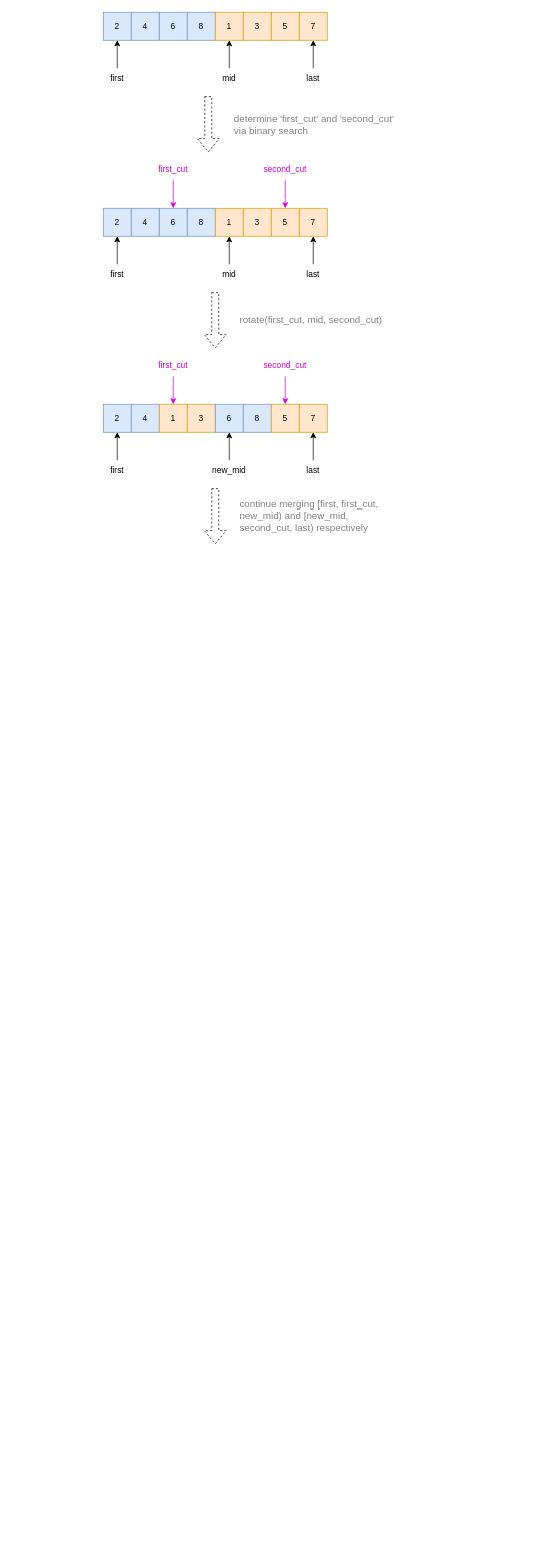
ZiqingYip/moment keeps this draw.io diagram as inplace_merge.drawio. Above is the earlier version. Source tidied: cells renumbered, new cells numbered last; positions are measured from the earlier drawing's top-left corner, leaving out a move shared by most shapes. Both pictures are drawn from the tidied source at 70%, with x=0, y=0 at pixel (96, 12).
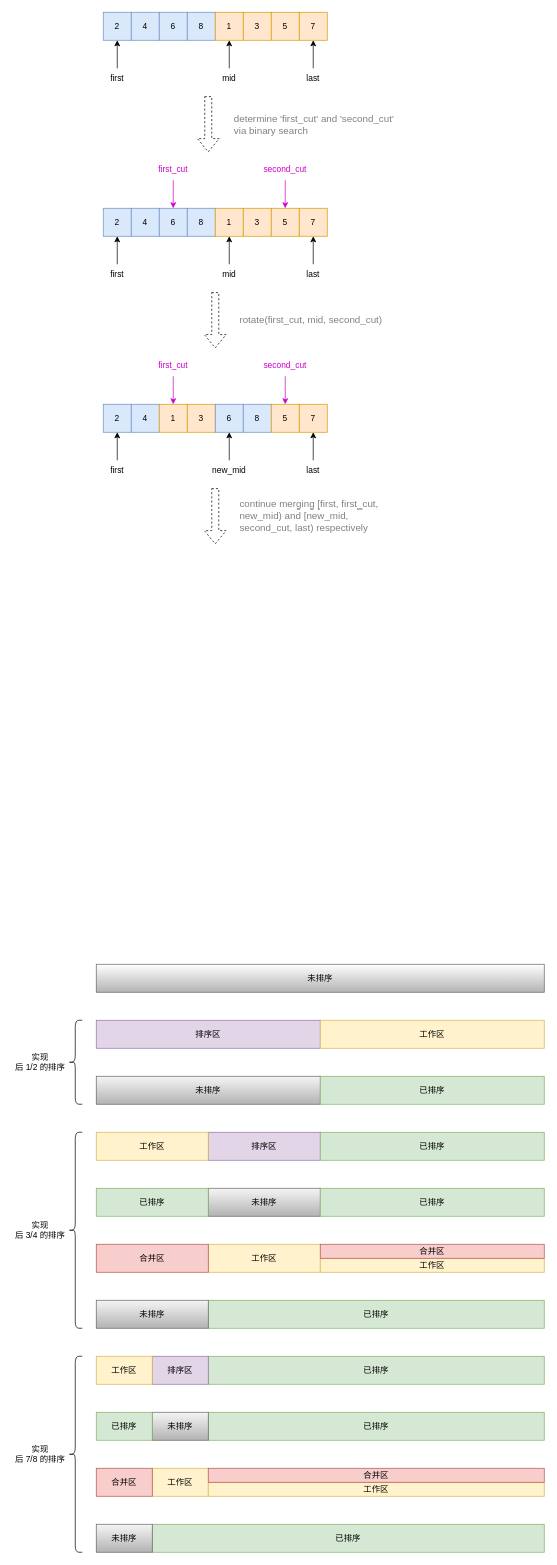
Above is the later version.

Diff of the diagram source:
```diff
@@
+    <mxCell id="58" value="未排序" style="rounded=0;whiteSpace=wrap;html=1;fillStyle=cross-hatch;fillColor=default;strokeColor=#666666;gradientColor=#b3b3b3;" parent="1" vertex="1">
+      <mxGeometry y="1360" width="640" height="40" as="geometry" />
+    </mxCell>
+    <mxCell id="59" value="排序区" style="rounded=0;whiteSpace=wrap;html=1;fillColor=#e1d5e7;strokeColor=#9673a6;" parent="1" vertex="1">
+      <mxGeometry y="1440" width="320" height="40" as="geometry" />
+    </mxCell>
+    <mxCell id="60" value="工作区" style="rounded=0;whiteSpace=wrap;html=1;fillColor=#fff2cc;strokeColor=#d6b656;" parent="1" vertex="1">
+      <mxGeometry x="320" y="1440" width="320" height="40" as="geometry" />
+    </mxCell>
+    <mxCell id="61" value="未排序" style="rounded=0;whiteSpace=wrap;html=1;fillColor=#f5f5f5;gradientColor=#b3b3b3;strokeColor=#666666;" parent="1" vertex="1">
+      <mxGeometry y="1520" width="320" height="40" as="geometry" />
+    </mxCell>
+    <mxCell id="62" value="已排序" style="rounded=0;whiteSpace=wrap;html=1;fillColor=#d5e8d4;strokeColor=#82b366;" parent="1" vertex="1">
+      <mxGeometry x="320" y="1520" width="320" height="40" as="geometry" />
+    </mxCell>
+    <mxCell id="63" value="排序区" style="rounded=0;whiteSpace=wrap;html=1;fillColor=#e1d5e7;strokeColor=#9673a6;" parent="1" vertex="1">
+      <mxGeometry x="160" y="1600" width="160" height="40" as="geometry" />
+    </mxCell>
+    <mxCell id="64" value="已排序" style="rounded=0;whiteSpace=wrap;html=1;fillColor=#d5e8d4;strokeColor=#82b366;" parent="1" vertex="1">
+      <mxGeometry x="320" y="1600" width="320" height="40" as="geometry" />
+    </mxCell>
+    <mxCell id="65" value="工作区" style="rounded=0;whiteSpace=wrap;html=1;fillColor=#fff2cc;strokeColor=#d6b656;" parent="1" vertex="1">
+      <mxGeometry y="1600" width="160" height="40" as="geometry" />
+    </mxCell>
+    <mxCell id="66" value="未排序" style="rounded=0;whiteSpace=wrap;html=1;fillColor=#f5f5f5;gradientColor=#b3b3b3;strokeColor=#666666;" parent="1" vertex="1">
+      <mxGeometry x="160" y="1680" width="160" height="40" as="geometry" />
+    </mxCell>
+    <mxCell id="67" value="已排序" style="rounded=0;whiteSpace=wrap;html=1;fillColor=#d5e8d4;strokeColor=#82b366;" parent="1" vertex="1">
+      <mxGeometry x="320" y="1680" width="320" height="40" as="geometry" />
+    </mxCell>
+    <mxCell id="68" value="已排序" style="rounded=0;whiteSpace=wrap;html=1;fillColor=#d5e8d4;strokeColor=#82b366;" parent="1" vertex="1">
+      <mxGeometry y="1680" width="160" height="40" as="geometry" />
+    </mxCell>
+    <mxCell id="69" value="已排序" style="rounded=0;whiteSpace=wrap;html=1;fillColor=#d5e8d4;strokeColor=#82b366;" parent="1" vertex="1">
+      <mxGeometry x="160" y="1840" width="480" height="40" as="geometry" />
+    </mxCell>
+    <mxCell id="70" value="未排序" style="rounded=0;whiteSpace=wrap;html=1;fillColor=#f5f5f5;gradientColor=#b3b3b3;strokeColor=#666666;" parent="1" vertex="1">
+      <mxGeometry y="1840" width="160" height="40" as="geometry" />
+    </mxCell>
+    <mxCell id="71" value="工作区" style="rounded=0;whiteSpace=wrap;html=1;fillColor=#fff2cc;strokeColor=#d6b656;" parent="1" vertex="1">
+      <mxGeometry x="160" y="1760" width="160" height="40" as="geometry" />
+    </mxCell>
+    <mxCell id="72" value="合并区" style="rounded=0;whiteSpace=wrap;html=1;fillColor=#f8cecc;strokeColor=#b85450;" parent="1" vertex="1">
+      <mxGeometry y="1760" width="160" height="40" as="geometry" />
+    </mxCell>
+    <mxCell id="73" value="已排序" style="rounded=0;whiteSpace=wrap;html=1;fillColor=#d5e8d4;strokeColor=#82b366;" parent="1" vertex="1">
+      <mxGeometry x="160" y="1920" width="480" height="40" as="geometry" />
+    </mxCell>
+    <mxCell id="74" value="排序区" style="rounded=0;whiteSpace=wrap;html=1;fillColor=#e1d5e7;strokeColor=#9673a6;" parent="1" vertex="1">
+      <mxGeometry x="80" y="1920" width="80" height="40" as="geometry" />
+    </mxCell>
+    <mxCell id="75" value="工作区" style="rounded=0;whiteSpace=wrap;html=1;fillColor=#fff2cc;strokeColor=#d6b656;" parent="1" vertex="1">
+      <mxGeometry y="1920" width="80" height="40" as="geometry" />
+    </mxCell>
+    <mxCell id="76" value="已排序" style="rounded=0;whiteSpace=wrap;html=1;fillColor=#d5e8d4;strokeColor=#82b366;" parent="1" vertex="1">
+      <mxGeometry x="160" y="2000" width="480" height="40" as="geometry" />
+    </mxCell>
+    <mxCell id="77" value="未排序" style="rounded=0;whiteSpace=wrap;html=1;fillColor=#f5f5f5;gradientColor=#b3b3b3;strokeColor=#666666;" parent="1" vertex="1">
+      <mxGeometry x="80" y="2000" width="80" height="40" as="geometry" />
+    </mxCell>
+    <mxCell id="78" value="已排序" style="rounded=0;whiteSpace=wrap;html=1;fillColor=#d5e8d4;strokeColor=#82b366;" parent="1" vertex="1">
+      <mxGeometry y="2000" width="80" height="40" as="geometry" />
+    </mxCell>
+    <mxCell id="79" value="工作区" style="rounded=0;whiteSpace=wrap;html=1;fillColor=#fff2cc;strokeColor=#d6b656;" parent="1" vertex="1">
+      <mxGeometry x="80" y="2080" width="80" height="40" as="geometry" />
+    </mxCell>
+    <mxCell id="80" value="合并区" style="rounded=0;whiteSpace=wrap;html=1;fillColor=#f8cecc;strokeColor=#b85450;" parent="1" vertex="1">
+      <mxGeometry y="2080" width="80" height="40" as="geometry" />
+    </mxCell>
+    <mxCell id="81" value="已排序" style="rounded=0;whiteSpace=wrap;html=1;fillColor=#d5e8d4;strokeColor=#82b366;" parent="1" vertex="1">
+      <mxGeometry x="80" y="2160" width="560" height="40" as="geometry" />
+    </mxCell>
+    <mxCell id="82" value="未排序" style="rounded=0;whiteSpace=wrap;html=1;fillColor=#f5f5f5;gradientColor=#b3b3b3;strokeColor=#666666;" parent="1" vertex="1">
+      <mxGeometry y="2160" width="80" height="40" as="geometry" />
+    </mxCell>
+    <mxCell id="83" style="shape=curlyBracket;whiteSpace=wrap;html=1;rounded=1;labelPosition=left;verticalLabelPosition=middle;align=right;verticalAlign=middle;" parent="1" vertex="1">
+      <mxGeometry x="-40" y="1440" width="20" height="120" as="geometry" />
+    </mxCell>
+    <mxCell id="84" style="shape=curlyBracket;whiteSpace=wrap;html=1;rounded=1;labelPosition=left;verticalLabelPosition=middle;align=right;verticalAlign=middle;" parent="1" vertex="1">
+      <mxGeometry x="-40" y="1600" width="20" height="280" as="geometry" />
+    </mxCell>
+    <mxCell id="85" style="shape=curlyBracket;whiteSpace=wrap;html=1;rounded=1;labelPosition=left;verticalLabelPosition=middle;align=right;verticalAlign=middle;" parent="1" vertex="1">
+      <mxGeometry x="-40" y="1920" width="20" height="280" as="geometry" />
+    </mxCell>
+    <mxCell id="86" value="&lt;div&gt;实现&lt;/div&gt;&lt;div&gt;后 1/2 的排序&lt;/div&gt;" style="text;html=1;align=center;verticalAlign=middle;whiteSpace=wrap;rounded=0;" parent="1" vertex="1">
+      <mxGeometry x="-120" y="1485" width="80" height="30" as="geometry" />
+    </mxCell>
+    <mxCell id="87" value="&lt;div&gt;实现&lt;/div&gt;&lt;div&gt;后 3/4 的排序&lt;/div&gt;" style="text;html=1;align=center;verticalAlign=middle;whiteSpace=wrap;rounded=0;" parent="1" vertex="1">
+      <mxGeometry x="-120" y="1725" width="80" height="30" as="geometry" />
+    </mxCell>
+    <mxCell id="88" value="&lt;div&gt;实现&lt;/div&gt;&lt;div&gt;后 7/8 的排序&lt;/div&gt;" style="text;html=1;align=center;verticalAlign=middle;whiteSpace=wrap;rounded=0;" parent="1" vertex="1">
+      <mxGeometry x="-120" y="2045" width="80" height="30" as="geometry" />
+    </mxCell>
+    <mxCell id="89" value="工作区" style="rounded=0;whiteSpace=wrap;html=1;fillColor=#fff2cc;strokeColor=#d6b656;" parent="1" vertex="1">
+      <mxGeometry x="320" y="1780" width="320" height="20" as="geometry" />
+    </mxCell>
+    <mxCell id="90" value="合并区" style="rounded=0;whiteSpace=wrap;html=1;fillColor=#f8cecc;strokeColor=#b85450;" parent="1" vertex="1">
+      <mxGeometry x="320" y="1760" width="320" height="20" as="geometry" />
+    </mxCell>
+    <mxCell id="91" value="工作区" style="rounded=0;whiteSpace=wrap;html=1;fillColor=#fff2cc;strokeColor=#d6b656;" parent="1" vertex="1">
+      <mxGeometry x="160" y="2100" width="480" height="20" as="geometry" />
+    </mxCell>
+    <mxCell id="92" value="合并区" style="rounded=0;whiteSpace=wrap;html=1;fillColor=#f8cecc;strokeColor=#b85450;" parent="1" vertex="1">
+      <mxGeometry x="160" y="2080" width="480" height="20" as="geometry" />
+    </mxCell>
```
